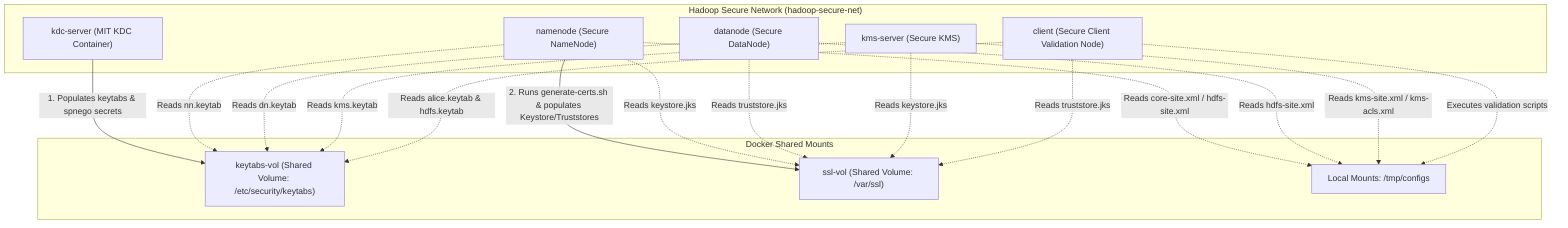
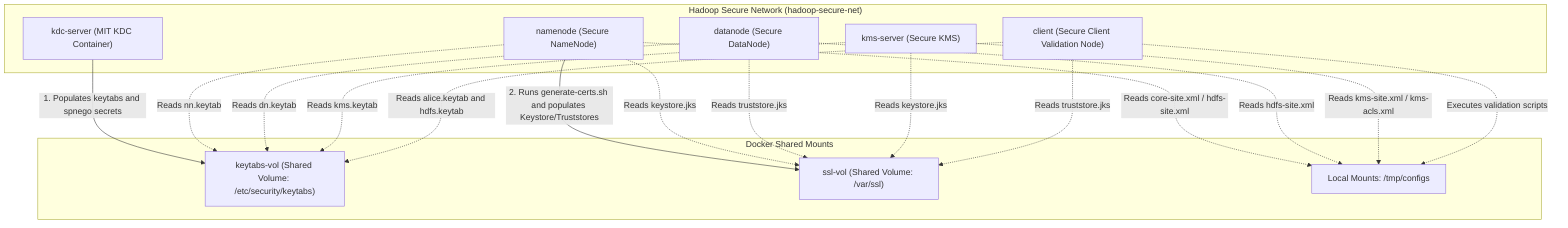
graph TD
    subgraph Network ["Hadoop Secure Network (hadoop-secure-net)"]
        KDC["kdc-server (MIT KDC Container)"]
        NN["namenode (Secure NameNode)"]
        DN["datanode (Secure DataNode)"]
        KMS["kms-server (Secure KMS)"]
        Client["client (Secure Client Validation Node)"]
    end

    subgraph Volumes ["Docker Shared Mounts"]
        KT_Vol["keytabs-vol (Shared Volume: /etc/security/keytabs)"]
        SSL_Vol["ssl-vol (Shared Volume: /var/ssl)"]
        Config_Mounts["Local Mounts: /tmp/configs"]
    end

-     KDC -->|1. Populates keytabs & spnego secrets| KT_Vol
-     NN -->|2. Runs generate-certs.sh & populates Keystore/Truststores| SSL_Vol
+     KDC -->|1. Populates keytabs and spnego secrets| KT_Vol
+     NN -->|2. Runs generate-certs.sh and populates Keystore/Truststores| SSL_Vol

    NN -.->|Reads nn.keytab| KT_Vol
    NN -.->|Reads keystore.jks| SSL_Vol
    NN -.->|Reads core-site.xml / hdfs-site.xml| Config_Mounts

    DN -.->|Reads dn.keytab| KT_Vol
    DN -.->|Reads truststore.jks| SSL_Vol
    DN -.->|Reads hdfs-site.xml| Config_Mounts

    KMS -.->|Reads kms.keytab| KT_Vol
    KMS -.->|Reads keystore.jks| SSL_Vol
    KMS -.->|Reads kms-site.xml / kms-acls.xml| Config_Mounts

-     Client -.->|Reads alice.keytab & hdfs.keytab| KT_Vol
+     Client -.->|Reads alice.keytab and hdfs.keytab| KT_Vol
    Client -.->|Reads truststore.jks| SSL_Vol
    Client -.->|Executes validation scripts| Config_Mounts
